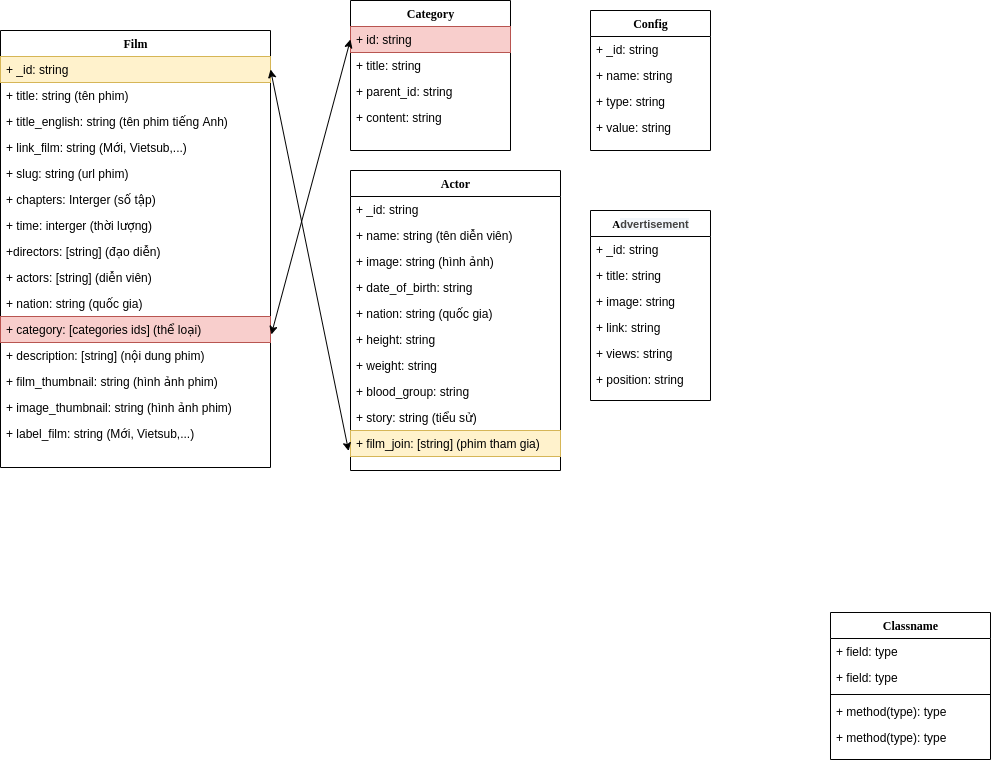
The draw.io diagram app/film_database.png in hoanguyen0210/Magenest, before a commit. Source tidied: cells renumbered, new cells last; positions are measured from the earlier drawing's top-left corner, leaving out a move shared by most shapes.
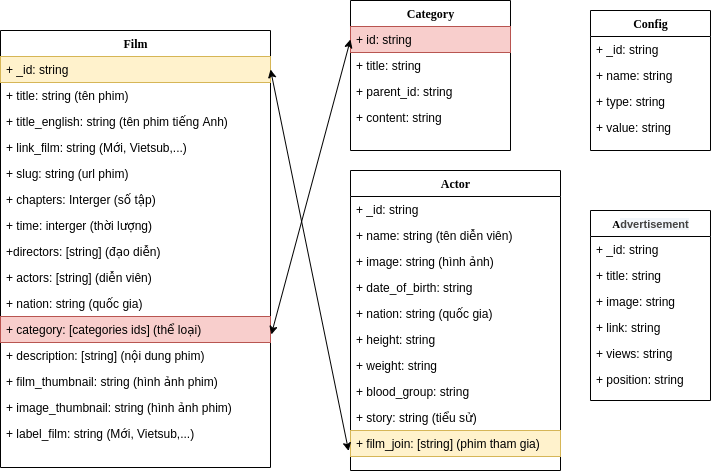
The same file after the commit.

The edit, as a diff of the source:
```diff
@@ -98,24 +98,6 @@
     <mxCell id="33" value="+ film_join: [string] (phim tham gia)" style="text;html=1;strokeColor=#d6b656;fillColor=#fff2cc;align=left;verticalAlign=top;spacingLeft=4;spacingRight=4;whiteSpace=wrap;overflow=hidden;points=[[0,0.5],[1,0.5]];portConstraint=eastwest;" parent="23" vertex="1">
       <mxGeometry y="260" width="210" height="26" as="geometry" />
     </mxCell>
-    <mxCell id="34" value="Classname" style="swimlane;html=1;fontStyle=1;align=center;verticalAlign=top;horizontal=1;startSize=26;swimlaneFillColor=#ffffff;rounded=0;shadow=0;comic=0;labelBackgroundColor=none;strokeWidth=1;fillColor=none;fontFamily=Verdana;fontSize=12;" parent="1" vertex="1">
-      <mxGeometry x="830" y="612" width="160" height="147" as="geometry" />
-    </mxCell>
-    <mxCell id="35" value="+ field: type" style="text;html=1;strokeColor=none;fillColor=none;align=left;verticalAlign=top;spacingLeft=4;spacingRight=4;whiteSpace=wrap;overflow=hidden;" parent="34" vertex="1">
-      <mxGeometry y="26" width="160" height="26" as="geometry" />
-    </mxCell>
-    <mxCell id="36" value="+ field: type" style="text;html=1;strokeColor=none;fillColor=none;align=left;verticalAlign=top;spacingLeft=4;spacingRight=4;whiteSpace=wrap;overflow=hidden;" parent="34" vertex="1">
-      <mxGeometry y="52" width="160" height="26" as="geometry" />
-    </mxCell>
-    <mxCell id="37" style="line;html=1;strokeWidth=1;fillColor=none;align=left;verticalAlign=middle;spacingTop=-1;spacingLeft=3;spacingRight=3;labelPosition=right;" parent="34" vertex="1">
-      <mxGeometry y="78" width="160" height="8" as="geometry" />
-    </mxCell>
-    <mxCell id="38" value="+ method(type): type" style="text;html=1;strokeColor=none;fillColor=none;align=left;verticalAlign=top;spacingLeft=4;spacingRight=4;whiteSpace=wrap;overflow=hidden;" parent="34" vertex="1">
-      <mxGeometry y="86" width="160" height="26" as="geometry" />
-    </mxCell>
-    <mxCell id="39" value="+ method(type): type" style="text;html=1;strokeColor=none;fillColor=none;align=left;verticalAlign=top;spacingLeft=4;spacingRight=4;whiteSpace=wrap;overflow=hidden;" parent="34" vertex="1">
-      <mxGeometry y="112" width="160" height="26" as="geometry" />
-    </mxCell>
     <mxCell id="40" style="endArrow=classic;startArrow=classic;html=1;entryX=0;entryY=0.5;entryDx=0;entryDy=0;exitX=1.003;exitY=0.692;exitDx=0;exitDy=0;exitPerimeter=0;" parent="1" edge="1" source="13" target="19">
       <mxGeometry relative="1" as="geometry" />
     </mxCell>
```
